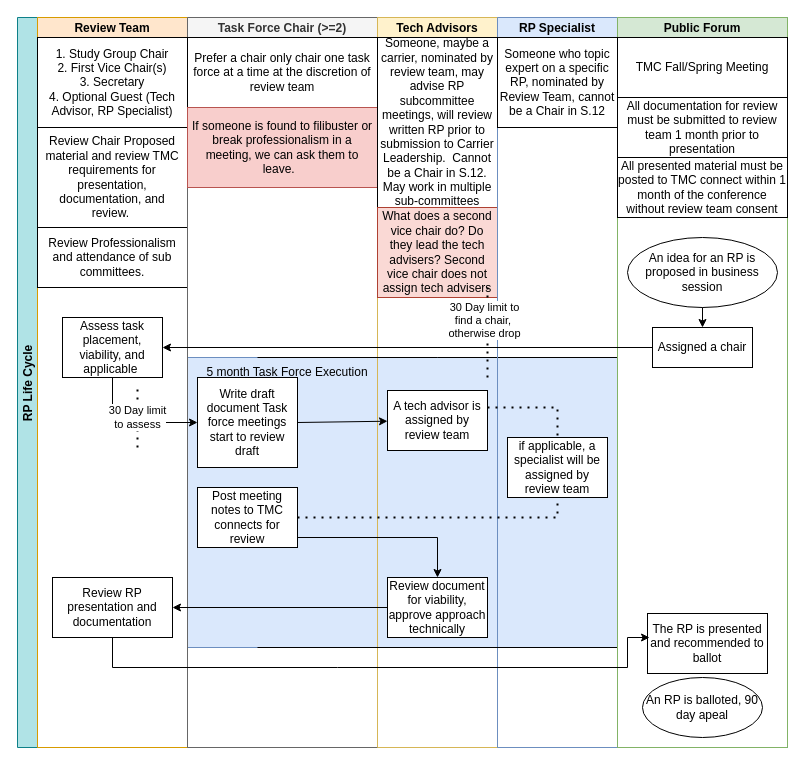
RustyTruck/plc4trucksduck keeps this draw.io diagram as TMC Structure.drawio. Above is the earlier version. Source tidied: cells renumbered, new cells numbered last; positions are measured from the earlier drawing's top-left corner, leaving out a move shared by most shapes. Both pictures are drawn from the tidied source at 100%, with x=0, y=0 at pixel (17, 17).
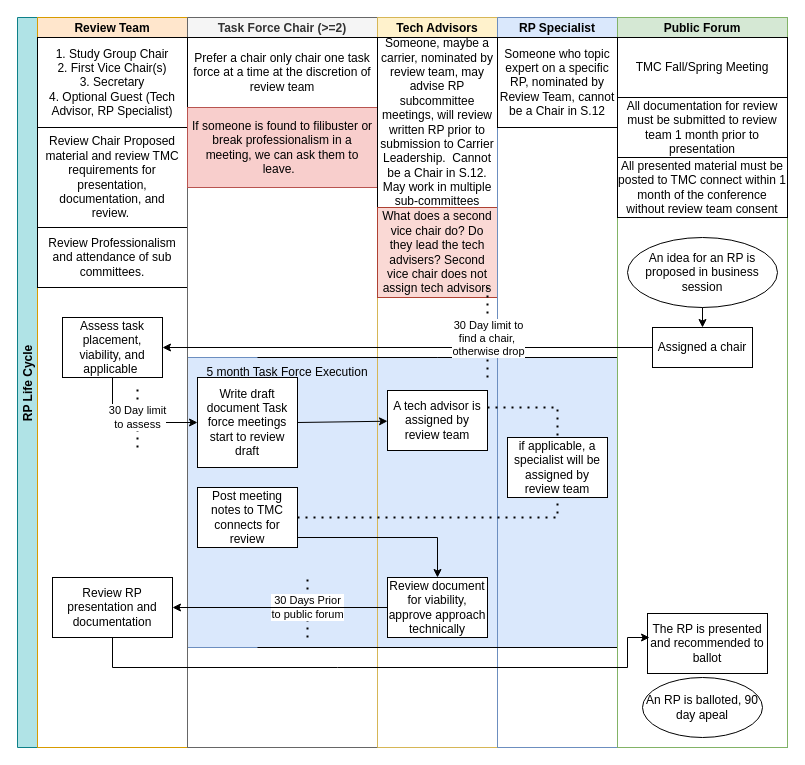
The same page after the edit.

The change refers to these unchanged cells:
```xml
<mxCell id="10" value="Task Force Chair (&gt;=2)" style="swimlane;startSize=20;fillColor=#f5f5f5;fontColor=#333333;strokeColor=#666666;" parent="3" vertex="1">
  <mxGeometry x="170" width="190" height="730" as="geometry" />
</mxCell>
<mxCell id="16" value="Tech Advisors" style="swimlane;startSize=20;fillColor=#fff2cc;strokeColor=#d6b656;" parent="3" vertex="1">
  <mxGeometry x="360" width="120" height="730" as="geometry" />
</mxCell>
<mxCell id="43" style="endArrow=none;dashed=1;html=1;dashPattern=1 3;strokeWidth=2;rounded=0;" parent="1" edge="1">
  <mxGeometry relative="1" as="geometry">
    <mxPoint x="470" y="360" as="sourcePoint" />
    <mxPoint x="470" y="270" as="targetPoint" />
  </mxGeometry>
</mxCell>
```

Diff of the diagram source:
```diff
@@
+    <mxCell id="46" value="30 Days Prior&lt;br&gt;to public forum" style="endArrow=none;dashed=1;html=1;dashPattern=1 3;strokeWidth=2;rounded=0;" parent="10" edge="1">
+      <mxGeometry relative="1" as="geometry">
+        <mxPoint x="120" y="620" as="sourcePoint" />
+        <mxPoint x="120" y="560" as="targetPoint" />
+      </mxGeometry>
+    </mxCell>
@@
-    <mxCell id="21" value="What does a second vice chair do? Do they lead the tech advisers? Second vice chair does not assign tech advisers" style="rounded=0;whiteSpace=wrap;html=1;fillColor=#fad9d5;strokeColor=#ae4132;" parent="16" vertex="1">
+    <mxCell id="21" value="What does a second vice chair do? Do they lead the tech advisers? Second vice chair does not assign tech advisors" style="rounded=0;whiteSpace=wrap;html=1;fillColor=#fad9d5;strokeColor=#ae4132;" parent="16" vertex="1">
       <mxGeometry y="190" width="120" height="90" as="geometry" />
     </mxCell>
@@
     <mxCell id="44" value="30 Day limit to &lt;br&gt;find a chair,&amp;nbsp;&lt;br&gt;otherwise drop" style="edgeLabel;html=1;align=center;verticalAlign=middle;" parent="43" vertex="1">
-      <mxGeometry x="0.29" y="4" relative="1" as="geometry" />
+      <mxGeometry x="0.29" y="4" relative="1" as="geometry">
+        <mxPoint x="4" y="18" as="offset" />
+      </mxGeometry>
     </mxCell>
```
